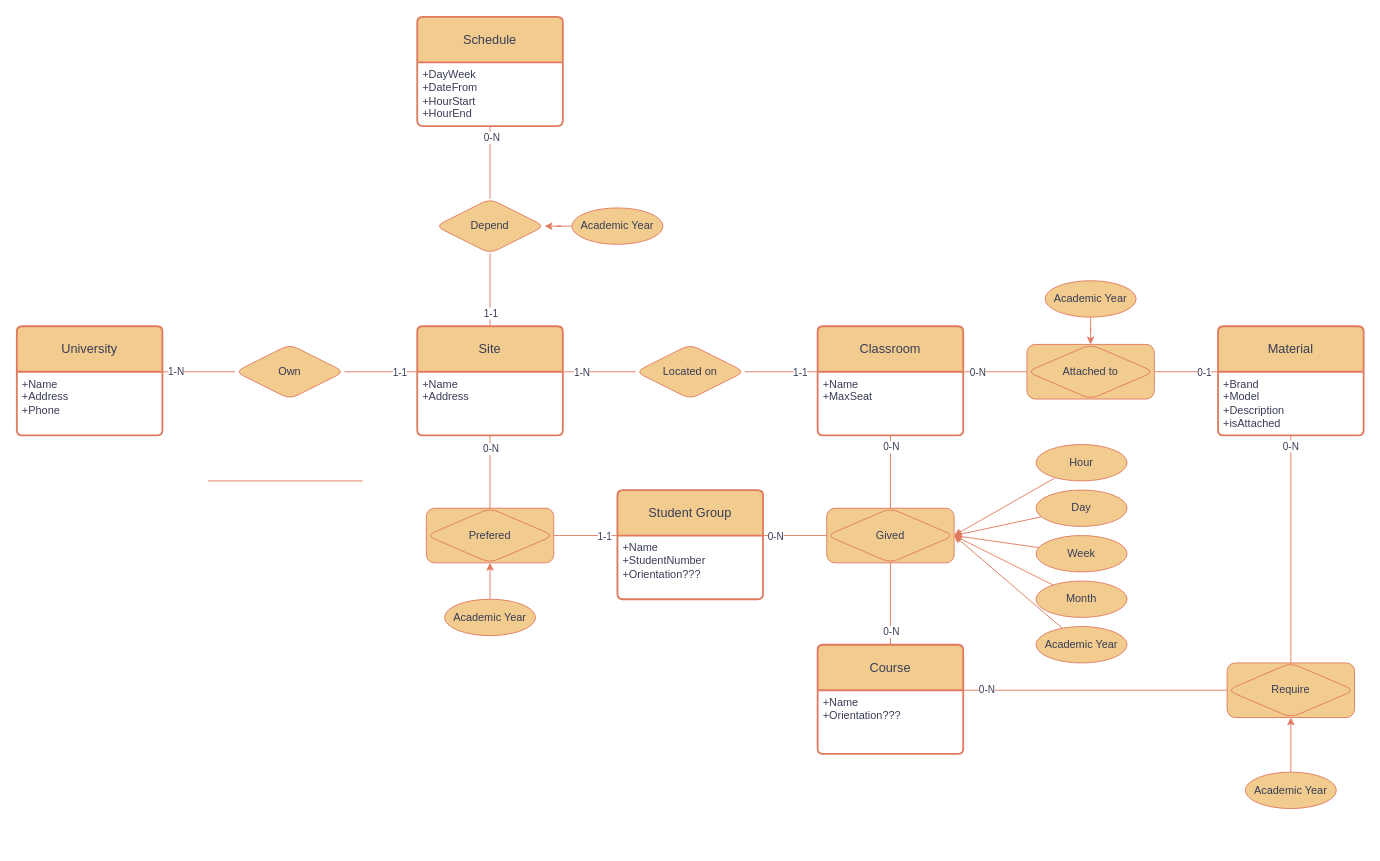
The draw.io diagram EA_Diagram.drawio in fratjo/Calempus360, before the edit. Source tidied: cells renumbered, new cells numbered last; positions are measured from the earlier drawing's top-left corner, leaving out a move shared by most shapes. Both pictures are drawn from the tidied source at 91%, with x=0, y=0 at pixel (16, 16).
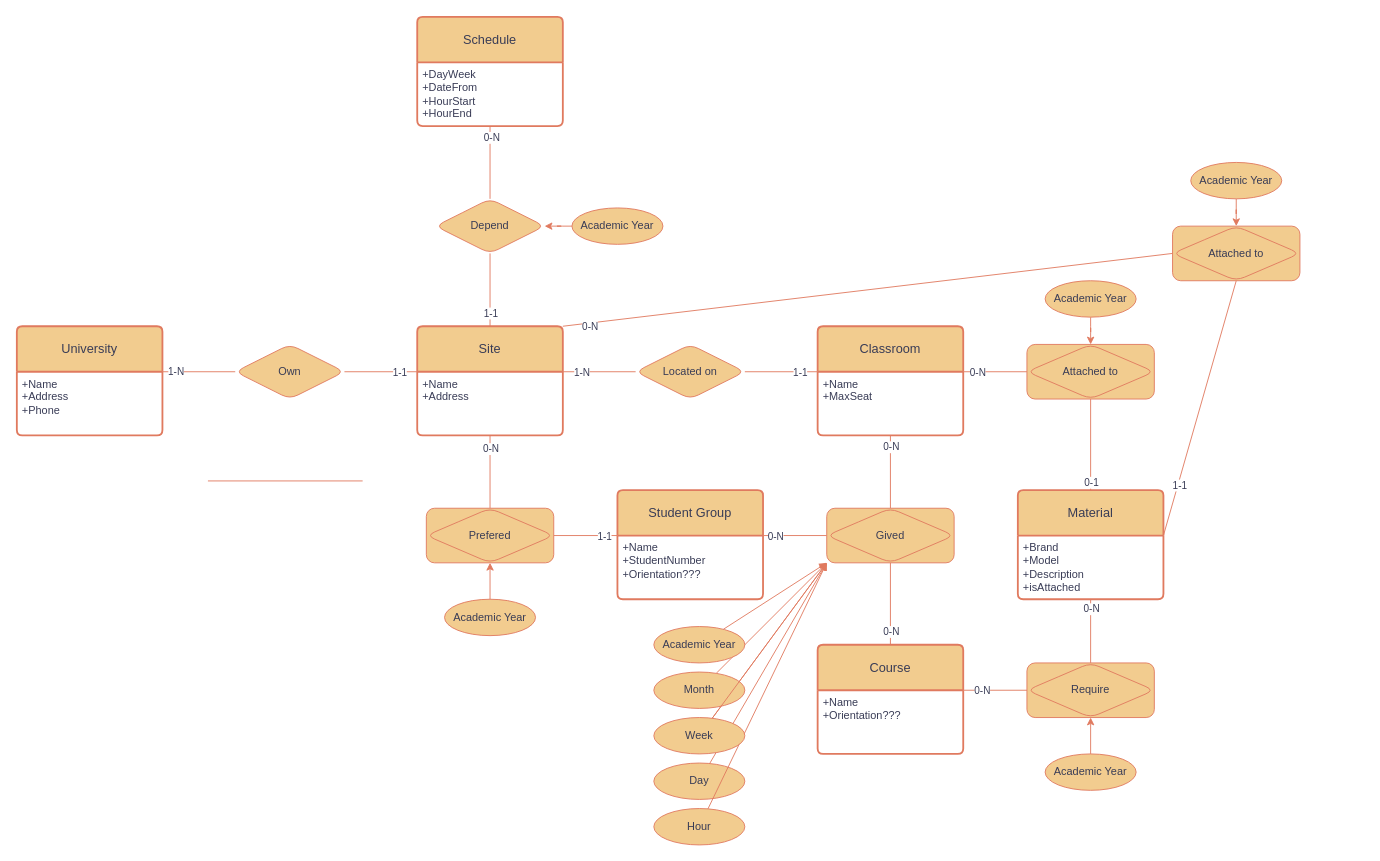
The same diagram, later.

Commit message:
Material Attached to Site

Unchanged cells that the change refers to:
```xml
<mxCell id="5" value="Site" style="swimlane;horizontal=1;startSize=50;rounded=1;fontSize=14;fontStyle=0;strokeWidth=2;shadow=0;dashed=0;align=center;arcSize=4;whiteSpace=wrap;html=1;labelBackgroundColor=none;fillColor=#F2CC8F;strokeColor=#E07A5F;fontColor=#393C56;" parent="1" vertex="1">
  <mxGeometry x="440" y="340" width="160" height="120" as="geometry" />
</mxCell>
<mxCell id="12" value="+Brand&lt;br&gt;+Model&lt;br&gt;+Description&lt;br&gt;+isAttached&lt;br&gt;" style="align=left;strokeColor=none;fillColor=none;spacingLeft=4;fontSize=12;verticalAlign=top;html=1;labelBackgroundColor=none;fontColor=#393C56;rounded=1;" parent="11" vertex="1">
  <mxGeometry y="50" width="160" height="70" as="geometry" />
</mxCell>
<mxCell id="42" value="Attached to" style="shape=associativeEntity;whiteSpace=wrap;html=1;align=center;rounded=1;strokeColor=#E07A5F;fontColor=#393C56;fillColor=#F2CC8F;" parent="1" vertex="1">
  <mxGeometry x="1110" y="360" width="140" height="60" as="geometry" />
</mxCell>
<mxCell id="47" value="Gived" style="shape=associativeEntity;whiteSpace=wrap;html=1;align=center;rounded=1;strokeColor=#E07A5F;fontColor=#393C56;fillColor=#F2CC8F;" parent="1" vertex="1">
  <mxGeometry x="890" y="540" width="140" height="60" as="geometry" />
</mxCell>
<mxCell id="68" style="endArrow=none;html=1;rounded=0;strokeColor=#E07A5F;fontColor=#393C56;fillColor=#F2CC8F;entryX=0.5;entryY=0;entryDx=0;entryDy=0;exitX=0.5;exitY=1;exitDx=0;exitDy=0;" parent="1" edge="1" source="12" target="65">
  <mxGeometry relative="1" as="geometry" />
</mxCell>
<mxCell id="70" style="endArrow=none;html=1;rounded=0;strokeColor=#E07A5F;fontColor=#393C56;fillColor=#F2CC8F;entryX=0;entryY=0.5;entryDx=0;entryDy=0;exitX=1;exitY=0;exitDx=0;exitDy=0;" parent="1" edge="1" source="14" target="65">
  <mxGeometry relative="1" as="geometry" />
</mxCell>
```

Diff of the diagram source:
```diff
@@
     <mxCell id="11" value="Material" style="swimlane;horizontal=1;startSize=50;rounded=1;fontSize=14;fontStyle=0;strokeWidth=2;shadow=0;dashed=0;align=center;arcSize=4;whiteSpace=wrap;html=1;labelBackgroundColor=none;fillColor=#F2CC8F;strokeColor=#E07A5F;fontColor=#393C56;" parent="1" vertex="1">
-      <mxGeometry x="1320" y="340" width="160" height="120" as="geometry" />
+      <mxGeometry x="1100" y="520" width="160" height="120" as="geometry" />
     </mxCell>
@@
-    <mxCell id="21" style="endArrow=none;html=1;rounded=0;strokeColor=#E07A5F;fontColor=#393C56;fillColor=#F2CC8F;exitX=1;exitY=0.5;exitDx=0;exitDy=0;entryX=0;entryY=0;entryDx=0;entryDy=0;" parent="1" edge="1" source="42" target="12">
+    <mxCell id="21" style="endArrow=none;html=1;rounded=0;strokeColor=#E07A5F;fontColor=#393C56;fillColor=#F2CC8F;exitX=0.5;exitY=1;exitDx=0;exitDy=0;entryX=0.5;entryY=0;entryDx=0;entryDy=0;" parent="1" edge="1" source="42" target="11">
       <mxGeometry relative="1" as="geometry" />
     </mxCell>
-    <mxCell id="22" value="0-1" style="edgeLabel;html=1;align=center;verticalAlign=middle;fontColor=#393C56;" parent="21" vertex="1">
-      <mxGeometry x="0.53" relative="1" as="geometry" />
+    <mxCell id="22" value="0-1" style="edgeLabel;html=1;align=center;verticalAlign=middle;fontColor=#393C56;rotation=0;" parent="21" vertex="1">
+      <mxGeometry x="0.53" relative="1" as="geometry">
+        <mxPoint y="14" as="offset" />
+      </mxGeometry>
     </mxCell>
@@
-    <mxCell id="48" style="rounded=1;jettySize=auto;html=1;strokeColor=#E07A5F;fontColor=#393C56;fillColor=#F2CC8F;entryX=1;entryY=0.5;entryDx=0;entryDy=0;" parent="1" edge="1" source="49" target="47">
+    <mxCell id="48" style="rounded=1;jettySize=auto;html=1;strokeColor=#E07A5F;fontColor=#393C56;fillColor=#F2CC8F;entryX=0;entryY=1;entryDx=0;entryDy=0;" parent="1" edge="1" source="57" target="47">
       <mxGeometry relative="1" as="geometry" />
     </mxCell>
     <mxCell id="49" value="Hour" style="ellipse;whiteSpace=wrap;html=1;align=center;rounded=1;strokeColor=#E07A5F;fontColor=#393C56;fillColor=#F2CC8F;" parent="1" vertex="1">
-      <mxGeometry x="1120" y="470" width="100" height="40" as="geometry" />
+      <mxGeometry x="700" y="870" width="100" height="40" as="geometry" />
     </mxCell>
-    <mxCell id="50" style="rounded=1;jettySize=auto;html=1;strokeColor=#E07A5F;fontColor=#393C56;fillColor=#F2CC8F;entryX=1;entryY=0.5;entryDx=0;entryDy=0;" parent="1" edge="1" source="51" target="47">
+    <mxCell id="50" style="rounded=1;jettySize=auto;html=1;strokeColor=#E07A5F;fontColor=#393C56;fillColor=#F2CC8F;entryX=0;entryY=1;entryDx=0;entryDy=0;" parent="1" edge="1" source="51" target="47">
       <mxGeometry relative="1" as="geometry" />
     </mxCell>
     <mxCell id="51" value="Month" style="ellipse;whiteSpace=wrap;html=1;align=center;rounded=1;strokeColor=#E07A5F;fontColor=#393C56;fillColor=#F2CC8F;" parent="1" vertex="1">
-      <mxGeometry x="1120" y="620" width="100" height="40" as="geometry" />
+      <mxGeometry x="700" y="720" width="100" height="40" as="geometry" />
     </mxCell>
-    <mxCell id="52" style="rounded=1;jettySize=auto;html=1;strokeColor=#E07A5F;fontColor=#393C56;fillColor=#F2CC8F;entryX=1;entryY=0.5;entryDx=0;entryDy=0;" parent="1" edge="1" source="53" target="47">
+    <mxCell id="52" style="rounded=1;jettySize=auto;html=1;strokeColor=#E07A5F;fontColor=#393C56;fillColor=#F2CC8F;entryX=0;entryY=1;entryDx=0;entryDy=0;" parent="1" edge="1" source="53" target="47">
       <mxGeometry relative="1" as="geometry" />
     </mxCell>
     <mxCell id="53" value="Academic Year" style="ellipse;whiteSpace=wrap;html=1;align=center;rounded=1;strokeColor=#E07A5F;fontColor=#393C56;fillColor=#F2CC8F;" parent="1" vertex="1">
-      <mxGeometry x="1120" y="670" width="100" height="40" as="geometry" />
+      <mxGeometry x="700" y="670" width="100" height="40" as="geometry" />
     </mxCell>
-    <mxCell id="54" style="rounded=1;jettySize=auto;html=1;strokeColor=#E07A5F;fontColor=#393C56;fillColor=#F2CC8F;" parent="1" edge="1" source="55">
-      <mxGeometry relative="1" as="geometry">
-        <mxPoint x="1030" y="570" as="targetPoint" />
-      </mxGeometry>
+    <mxCell id="54" style="rounded=1;jettySize=auto;html=1;strokeColor=#E07A5F;fontColor=#393C56;fillColor=#F2CC8F;entryX=0;entryY=1;entryDx=0;entryDy=0;" parent="1" edge="1" source="55" target="47">
+      <mxGeometry relative="1" as="geometry" />
     </mxCell>
     <mxCell id="55" value="Day" style="ellipse;whiteSpace=wrap;html=1;align=center;rounded=1;strokeColor=#E07A5F;fontColor=#393C56;fillColor=#F2CC8F;" parent="1" vertex="1">
-      <mxGeometry x="1120" y="520" width="100" height="40" as="geometry" />
+      <mxGeometry x="700" y="820" width="100" height="40" as="geometry" />
     </mxCell>
-    <mxCell id="56" style="rounded=1;jettySize=auto;html=1;strokeColor=#E07A5F;fontColor=#393C56;fillColor=#F2CC8F;entryX=1;entryY=0.5;entryDx=0;entryDy=0;" parent="1" edge="1" source="57" target="47">
+    <mxCell id="56" style="rounded=1;jettySize=auto;html=1;strokeColor=#E07A5F;fontColor=#393C56;fillColor=#F2CC8F;entryX=0;entryY=1;entryDx=0;entryDy=0;" parent="1" edge="1" source="57" target="47">
       <mxGeometry relative="1" as="geometry" />
     </mxCell>
-    <mxCell id="57" value="Week" style="ellipse;whiteSpace=wrap;html=1;align=center;rounded=1;strokeColor=#E07A5F;fontColor=#393C56;fillColor=#F2CC8F;" parent="1" vertex="1">
-      <mxGeometry x="1120" y="570" width="100" height="40" as="geometry" />
-    </mxCell>
@@
     <mxCell id="65" value="Require" style="shape=associativeEntity;whiteSpace=wrap;html=1;align=center;rounded=1;strokeColor=#E07A5F;fontColor=#393C56;fillColor=#F2CC8F;" parent="1" vertex="1">
-      <mxGeometry x="1330" y="710" width="140" height="60" as="geometry" />
+      <mxGeometry x="1110" y="710" width="140" height="60" as="geometry" />
     </mxCell>
@@
     <mxCell id="67" value="Academic Year" style="ellipse;whiteSpace=wrap;html=1;align=center;rounded=1;strokeColor=#E07A5F;fontColor=#393C56;fillColor=#F2CC8F;" parent="1" vertex="1">
-      <mxGeometry x="1350" y="830" width="100" height="40" as="geometry" />
+      <mxGeometry x="1130" y="810" width="100" height="40" as="geometry" />
     </mxCell>
@@
     <mxCell id="69" value="0-N" style="edgeLabel;html=1;align=center;verticalAlign=middle;fontColor=#393C56;" parent="68" vertex="1">
-      <mxGeometry x="-0.91" y="-1" relative="1" as="geometry" />
+      <mxGeometry x="-0.91" y="-1" relative="1" as="geometry">
+        <mxPoint x="1" y="7" as="offset" />
+      </mxGeometry>
     </mxCell>
@@
     <mxCell id="71" value="0-N" style="edgeLabel;html=1;align=center;verticalAlign=middle;fontColor=#393C56;" parent="70" vertex="1">
-      <mxGeometry x="-0.83" y="1" relative="1" as="geometry" />
+      <mxGeometry x="-0.83" y="1" relative="1" as="geometry">
+        <mxPoint x="14" y="1" as="offset" />
+      </mxGeometry>
     </mxCell>
+    <mxCell id="72" style="rounded=1;jettySize=auto;html=1;strokeColor=#E07A5F;fontColor=#393C56;fillColor=#F2CC8F;entryX=0;entryY=1;entryDx=0;entryDy=0;" parent="1" edge="1" source="49" target="47">
+      <mxGeometry relative="1" as="geometry" />
+    </mxCell>
+    <mxCell id="57" value="Week" style="ellipse;whiteSpace=wrap;html=1;align=center;rounded=1;strokeColor=#E07A5F;fontColor=#393C56;fillColor=#F2CC8F;" parent="1" vertex="1">
+      <mxGeometry x="700" y="770" width="100" height="40" as="geometry" />
+    </mxCell>
+    <mxCell id="73" style="endArrow=none;html=1;rounded=0;strokeColor=#E07A5F;fontColor=#393C56;fillColor=#F2CC8F;entryX=0;entryY=0.5;entryDx=0;entryDy=0;exitX=1;exitY=0;exitDx=0;exitDy=0;" parent="1" edge="1" source="5" target="77">
+      <mxGeometry relative="1" as="geometry" />
+    </mxCell>
+    <mxCell id="74" value="0-N" style="edgeLabel;html=1;align=center;verticalAlign=middle;fontColor=#393C56;" parent="73" vertex="1">
+      <mxGeometry x="-0.91" y="2" relative="1" as="geometry">
+        <mxPoint y="6" as="offset" />
+      </mxGeometry>
+    </mxCell>
+    <mxCell id="75" style="endArrow=none;html=1;rounded=0;strokeColor=#E07A5F;fontColor=#393C56;fillColor=#F2CC8F;exitX=1;exitY=0;exitDx=0;exitDy=0;entryX=0.5;entryY=1;entryDx=0;entryDy=0;" parent="1" edge="1" source="12" target="77">
+      <mxGeometry relative="1" as="geometry" />
+    </mxCell>
+    <mxCell id="76" value="1-1" style="edgeLabel;html=1;align=center;verticalAlign=middle;fontColor=#393C56;" parent="75" vertex="1">
+      <mxGeometry x="-0.6" y="-2" relative="1" as="geometry" />
+    </mxCell>
+    <mxCell id="77" value="Attached to" style="shape=associativeEntity;whiteSpace=wrap;html=1;align=center;rounded=1;strokeColor=#E07A5F;fontColor=#393C56;fillColor=#F2CC8F;" parent="1" vertex="1">
+      <mxGeometry x="1270" y="230" width="140" height="60" as="geometry" />
+    </mxCell>
+    <mxCell id="78" style="edgeStyle=orthogonalEdgeStyle;rounded=1;jettySize=auto;html=1;strokeColor=#E07A5F;fontColor=#393C56;fillColor=#F2CC8F;" parent="1" edge="1" source="79" target="77">
+      <mxGeometry relative="1" as="geometry" />
+    </mxCell>
+    <mxCell id="79" value="Academic Year" style="ellipse;whiteSpace=wrap;html=1;align=center;rounded=1;strokeColor=#E07A5F;fontColor=#393C56;fillColor=#F2CC8F;" parent="1" vertex="1">
+      <mxGeometry x="1290" y="160" width="100" height="40" as="geometry" />
+    </mxCell>
```
